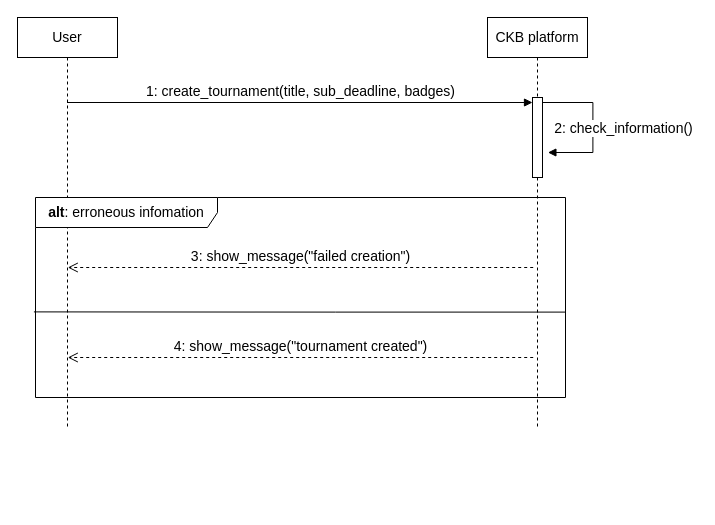
The draw.io diagram page "Create a tournament" (3 of 19) of diagrams/sequence diagrams/sequence_diagrams.drawio in mttcrn/software-engineering-II-project, before the edit. Source tidied: cells renumbered, new cells numbered last; positions are measured from the earlier drawing's top-left corner, leaving out a move shared by most shapes. Both pictures are drawn from the tidied source at 100%, with x=0, y=0 at pixel (17, 17).
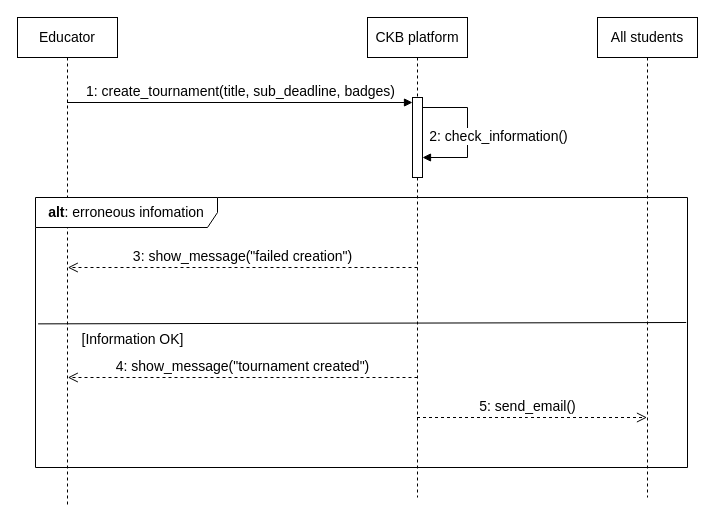
After the change.

The edit, as a diff of the source:
```diff
@@
     <mxCell id="2" value="CKB platform" style="shape=umlLifeline;perimeter=lifelinePerimeter;whiteSpace=wrap;html=1;outlineConnect=0;portConstraint=eastwest;newEdgeStyle={&quot;edgeStyle&quot;:&quot;elbowEdgeStyle&quot;,&quot;elbow&quot;:&quot;vertical&quot;,&quot;curved&quot;:0,&quot;rounded&quot;:0};fontSize=14;" parent="1" vertex="1">
-      <mxGeometry x="470" width="100" height="410" as="geometry" />
+      <mxGeometry x="350" width="100" height="480" as="geometry" />
     </mxCell>
@@
-    <mxCell id="4" value="User" style="shape=umlLifeline;perimeter=lifelinePerimeter;whiteSpace=wrap;html=1;outlineConnect=0;portConstraint=eastwest;newEdgeStyle={&quot;edgeStyle&quot;:&quot;elbowEdgeStyle&quot;,&quot;elbow&quot;:&quot;vertical&quot;,&quot;curved&quot;:0,&quot;rounded&quot;:0};fontSize=14;" parent="1" vertex="1">
-      <mxGeometry width="100" height="410" as="geometry" />
+    <mxCell id="4" value="Educator" style="shape=umlLifeline;perimeter=lifelinePerimeter;whiteSpace=wrap;html=1;outlineConnect=0;portConstraint=eastwest;newEdgeStyle={&quot;edgeStyle&quot;:&quot;elbowEdgeStyle&quot;,&quot;elbow&quot;:&quot;vertical&quot;,&quot;curved&quot;:0,&quot;rounded&quot;:0};fontSize=14;" parent="1" vertex="1">
+      <mxGeometry width="100" height="490" as="geometry" />
     </mxCell>
@@
-    <mxCell id="6" value="4: show_message(&quot;tournament created&quot;)" style="html=1;verticalAlign=bottom;endArrow=open;dashed=1;endSize=8;curved=0;rounded=0;exitX=0;exitY=1;exitDx=0;exitDy=-5;fontSize=14;" parent="1" edge="1">
+    <mxCell id="6" value="4: show_message(&quot;tournament created&quot;)" style="html=1;verticalAlign=bottom;endArrow=open;dashed=1;endSize=8;curved=0;rounded=0;fontSize=14;" parent="1" edge="1">
       <mxGeometry relative="1" as="geometry">
-        <mxPoint x="515.7" y="340" as="sourcePoint" />
-        <mxPoint x="50.3" y="340" as="targetPoint" />
+        <mxPoint x="400" y="360" as="sourcePoint" />
+        <mxPoint x="50.3" y="360" as="targetPoint" />
       </mxGeometry>
     </mxCell>
     <mxCell id="7" value="&lt;b style=&quot;font-size: 14px;&quot;&gt;alt&lt;/b&gt;: erroneous infomation" style="shape=umlFrame;whiteSpace=wrap;html=1;width=182;height=30;fontSize=14;" parent="1" vertex="1">
-      <mxGeometry x="18" y="180" width="530" height="200" as="geometry" />
+      <mxGeometry x="18" y="180" width="652" height="270" as="geometry" />
     </mxCell>
     <mxCell id="8" style="html=1;align=left;spacingLeft=2;endArrow=block;rounded=0;edgeStyle=orthogonalEdgeStyle;curved=0;rounded=0;fontSize=14;" parent="1" edge="1">
       <mxGeometry relative="1" as="geometry">
-        <mxPoint x="525" y="85" as="sourcePoint" />
-        <mxPoint x="530.4" y="135" as="targetPoint" />
+        <mxPoint x="405" y="90" as="sourcePoint" />
+        <mxPoint x="405" y="140" as="targetPoint" />
         <Array as="points">
-          <mxPoint x="575.4" y="85" />
-          <mxPoint x="575.4" y="135" />
+          <mxPoint x="450" y="90" />
+          <mxPoint x="450" y="140" />
         </Array>
       </mxGeometry>
     </mxCell>
@@
-    <mxCell id="10" value="3: show_message(&quot;failed creation&quot;)" style="html=1;verticalAlign=bottom;endArrow=open;dashed=1;endSize=8;curved=0;rounded=0;exitX=0;exitY=1;exitDx=0;exitDy=-5;fontSize=14;" parent="1" edge="1">
+    <mxCell id="10" value="3: show_message(&quot;failed creation&quot;)" style="html=1;verticalAlign=bottom;endArrow=open;dashed=1;endSize=8;curved=0;rounded=0;fontSize=14;" parent="1" edge="1">
       <mxGeometry relative="1" as="geometry">
-        <mxPoint x="515.7" y="250" as="sourcePoint" />
+        <mxPoint x="400" y="250" as="sourcePoint" />
         <mxPoint x="50.3" y="250" as="targetPoint" />
       </mxGeometry>
     </mxCell>
-    <mxCell id="11" style="endArrow=none;html=1;rounded=0;entryX=1;entryY=0.57;entryDx=0;entryDy=0;entryPerimeter=0;exitX=-0.003;exitY=0.572;exitDx=0;exitDy=0;exitPerimeter=0;fontSize=14;" parent="1" edge="1" source="7">
-      <mxGeometry relative="1" as="geometry">
-        <mxPoint x="548" y="294.6" as="targetPoint" />
-        <Array as="points">
-          <mxPoint x="318" y="294.6" />
-        </Array>
-      </mxGeometry>
-    </mxCell>
+    <mxCell id="12" style="endArrow=none;html=1;rounded=0;exitX=0.004;exitY=0.468;exitDx=0;exitDy=0;exitPerimeter=0;entryX=0.998;entryY=0.463;entryDx=0;entryDy=0;entryPerimeter=0;fontSize=14;" parent="1" edge="1" source="7" target="7">
+      <mxGeometry relative="1" as="geometry" />
+    </mxCell>
+    <mxCell id="13" value="All students" style="shape=umlLifeline;perimeter=lifelinePerimeter;whiteSpace=wrap;html=1;outlineConnect=0;portConstraint=eastwest;newEdgeStyle={&quot;edgeStyle&quot;:&quot;elbowEdgeStyle&quot;,&quot;elbow&quot;:&quot;vertical&quot;,&quot;curved&quot;:0,&quot;rounded&quot;:0};fontSize=14;" parent="1" vertex="1">
+      <mxGeometry x="580" width="100" height="480" as="geometry" />
+    </mxCell>
+    <mxCell id="14" value="5: send_email()" style="html=1;verticalAlign=bottom;endArrow=open;dashed=1;endSize=8;curved=0;rounded=0;fontSize=14;" parent="1" edge="1" source="2" target="13">
+      <mxGeometry x="-0.04" relative="1" as="geometry">
+        <Array as="points">
+          <mxPoint x="510" y="400" />
+        </Array>
+      </mxGeometry>
+    </mxCell>
+    <mxCell id="15" value="&lt;span style=&quot;font-size: 14px;&quot;&gt;[Information OK]&lt;/span&gt;" style="text;html=1;align=center;verticalAlign=middle;strokeColor=none;fillColor=none;fontSize=14;" parent="1" vertex="1">
+      <mxGeometry x="50" y="307" width="130" height="30" as="geometry" />
+    </mxCell>
```
